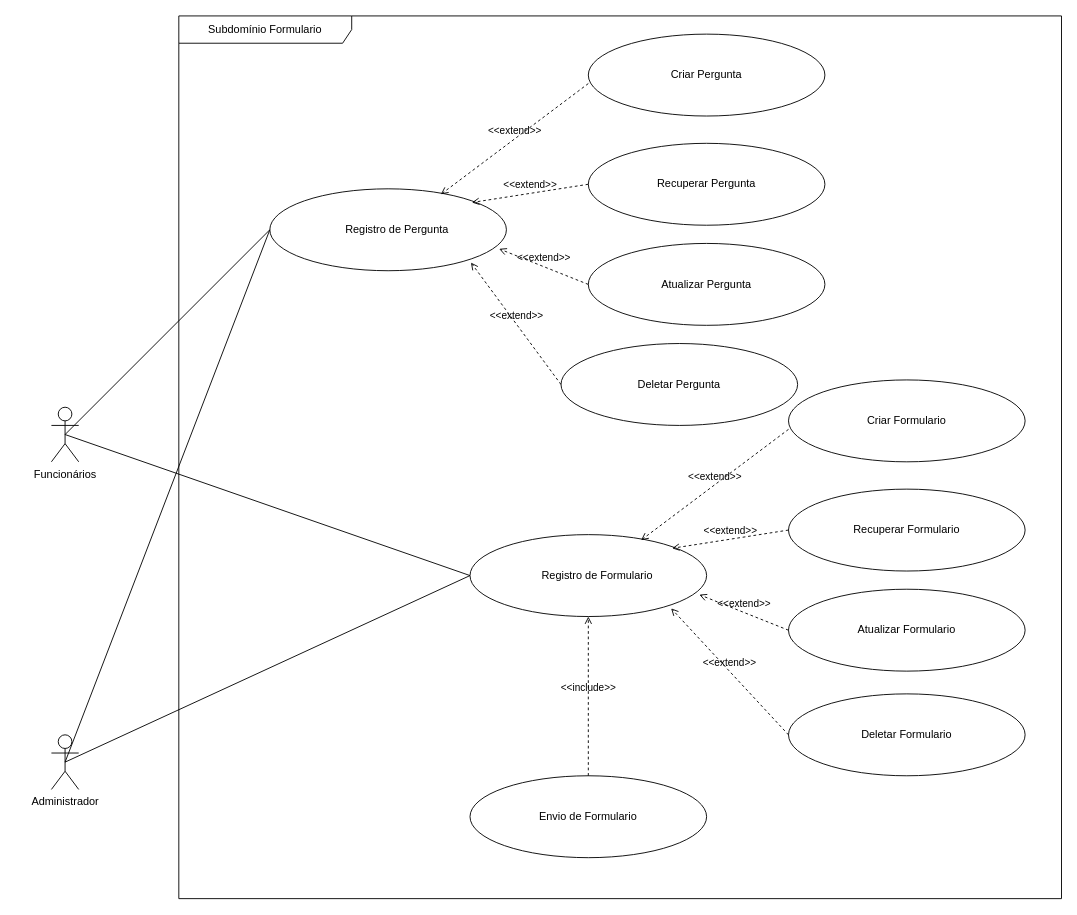
Before: page "Subdomínio-Formulário" (6 of 8) of requirements/feedtrack-caso-uso.drawio in equipe-feedtrack/feedtrack-server, a draw.io diagram. Source tidied: cells renumbered, new cells numbered last; positions are measured from the earlier drawing's top-left corner, leaving out a move shared by most shapes. Both pictures are drawn from the tidied source at 91%, with x=0, y=0 at pixel (51, 15).
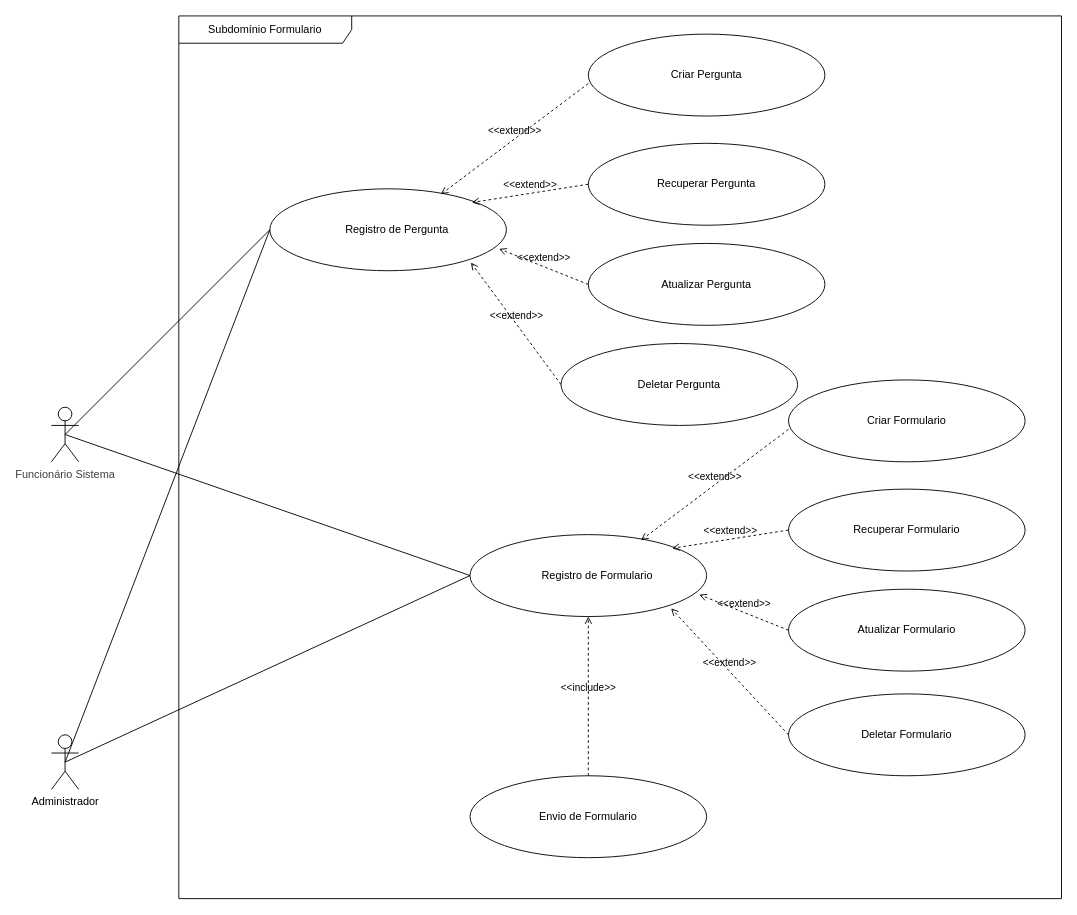
After the change.

The edit, as a diff of the source:
```diff
@@
-    <mxCell id="2" value="&lt;div&gt;Funcionários&lt;/div&gt;" style="shape=umlActor;verticalLabelPosition=bottom;verticalAlign=top;html=1;" parent="1" vertex="1">
+    <mxCell id="2" value="&lt;span style=&quot;color: rgb(63, 63, 63);&quot;&gt;Funcionário Sistema&lt;/span&gt;" style="shape=umlActor;verticalLabelPosition=bottom;verticalAlign=top;html=1;" parent="1" vertex="1">
       <mxGeometry y="430" width="30" height="60" as="geometry" />
     </mxCell>
```
